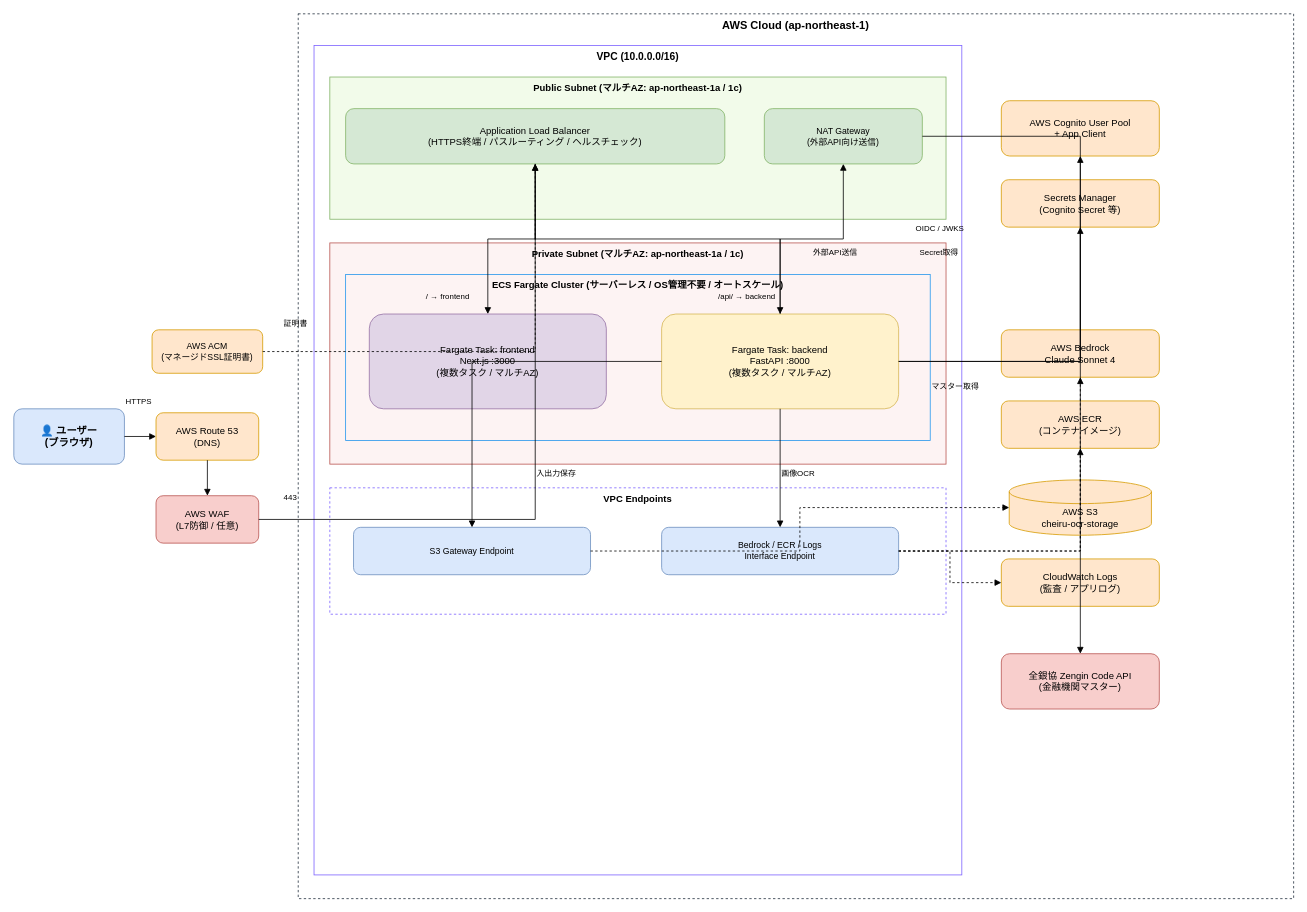
jaeil086/ocrProject keeps this draw.io diagram as page "将来推奨構成 (Private Subnet + ALB + ECS Fargate)" (2 of 2) of docs/system-architecture.drawio. Above is the earlier version. Source tidied: cells renumbered, new cells numbered last; positions are measured from the earlier drawing's top-left corner, leaving out a move shared by most shapes. Both pictures are drawn from the tidied source at 79%, with x=0, y=0 at pixel (13, 13).
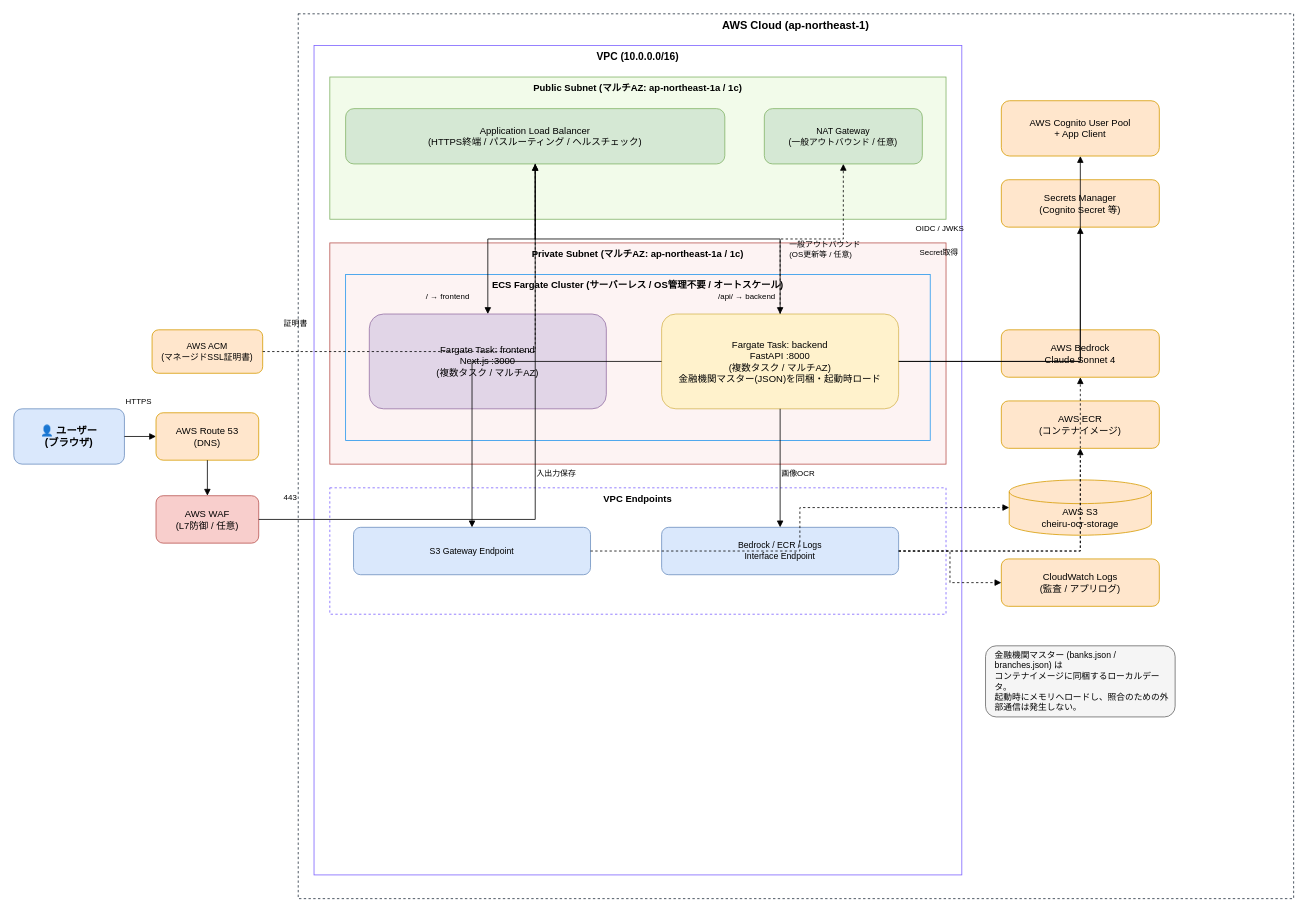
After the change.

Change to the diagram source:
```diff
@@
-    <mxCell id="10" value="NAT Gateway&#10;(外部API向け送信)" style="rounded=1;whiteSpace=wrap;html=1;fillColor=#d5e8d4;strokeColor=#82b366;fontSize=11;" parent="1" vertex="1">
+    <mxCell id="10" value="NAT Gateway&#10;(一般アウトバウンド / 任意)" style="rounded=1;whiteSpace=wrap;html=1;fillColor=#d5e8d4;strokeColor=#82b366;fontSize=11;" parent="1" vertex="1">
       <mxGeometry x="950" y="120" width="200" height="70" as="geometry" />
     </mxCell>
@@
-    <mxCell id="14" value="Fargate Task: backend&#10;FastAPI :8000&#10;(複数タスク / マルチAZ)" style="rounded=1;whiteSpace=wrap;html=1;fillColor=#fff2cc;strokeColor=#d6b656;fontSize=12;" parent="1" vertex="1">
+    <mxCell id="14" value="Fargate Task: backend&#10;FastAPI :8000&#10;(複数タスク / マルチAZ)&#10;金融機関マスター(JSON)を同梱・起動時ロード" style="rounded=1;whiteSpace=wrap;html=1;fillColor=#fff2cc;strokeColor=#d6b656;fontSize=12;" parent="1" vertex="1">
       <mxGeometry x="820" y="380" width="300" height="120" as="geometry" />
     </mxCell>
@@
-    <mxCell id="24" value="全銀協 Zengin Code API&#10;(金融機関マスター)" style="rounded=1;whiteSpace=wrap;html=1;fillColor=#f8cecc;strokeColor=#b85450;fontSize=12;" parent="1" vertex="1">
-      <mxGeometry x="1250" y="810" width="200" height="70" as="geometry" />
-    </mxCell>
+    <mxCell id="52" value="金融機関マスター (banks.json / branches.json) は&#10;コンテナイメージに同梱するローカルデータ。&#10;起動時にメモリへロードし、照合のための外部通信は発生しない。" style="rounded=1;whiteSpace=wrap;html=1;fillColor=#F5F5F5;strokeColor=#666666;fontSize=11;align=left;verticalAlign=middle;spacingLeft=10;" parent="1" vertex="1">
+      <mxGeometry x="1230" y="800" width="240" height="90" as="geometry" />
+    </mxCell>
@@
-    <mxCell id="48" style="edgeStyle=orthogonalEdgeStyle;rounded=0;html=1;endArrow=block;" parent="1" edge="1" source="14" target="10">
+    <mxCell id="48" style="edgeStyle=orthogonalEdgeStyle;rounded=0;html=1;endArrow=block;dashed=1;" parent="1" edge="1" source="14" target="10">
       <mxGeometry relative="1" as="geometry" />
     </mxCell>
-    <mxCell id="49" value="外部API送信" style="text;html=1;fontSize=10;" parent="1" vertex="1">
-      <mxGeometry x="1010" y="290" width="90" height="20" as="geometry" />
+    <mxCell id="49" value="一般アウトバウンド&#10;(OS更新等 / 任意)" style="text;html=1;fontSize=10;" parent="1" vertex="1">
+      <mxGeometry x="980" y="280" width="140" height="30" as="geometry" />
     </mxCell>
-    <mxCell id="50" style="edgeStyle=orthogonalEdgeStyle;rounded=0;html=1;endArrow=block;" parent="1" edge="1" source="10" target="24">
-      <mxGeometry relative="1" as="geometry" />
-    </mxCell>
-    <mxCell id="51" value="マスター取得" style="text;html=1;fontSize=10;" parent="1" vertex="1">
-      <mxGeometry x="1160" y="460" width="90" height="20" as="geometry" />
-    </mxCell>
```
